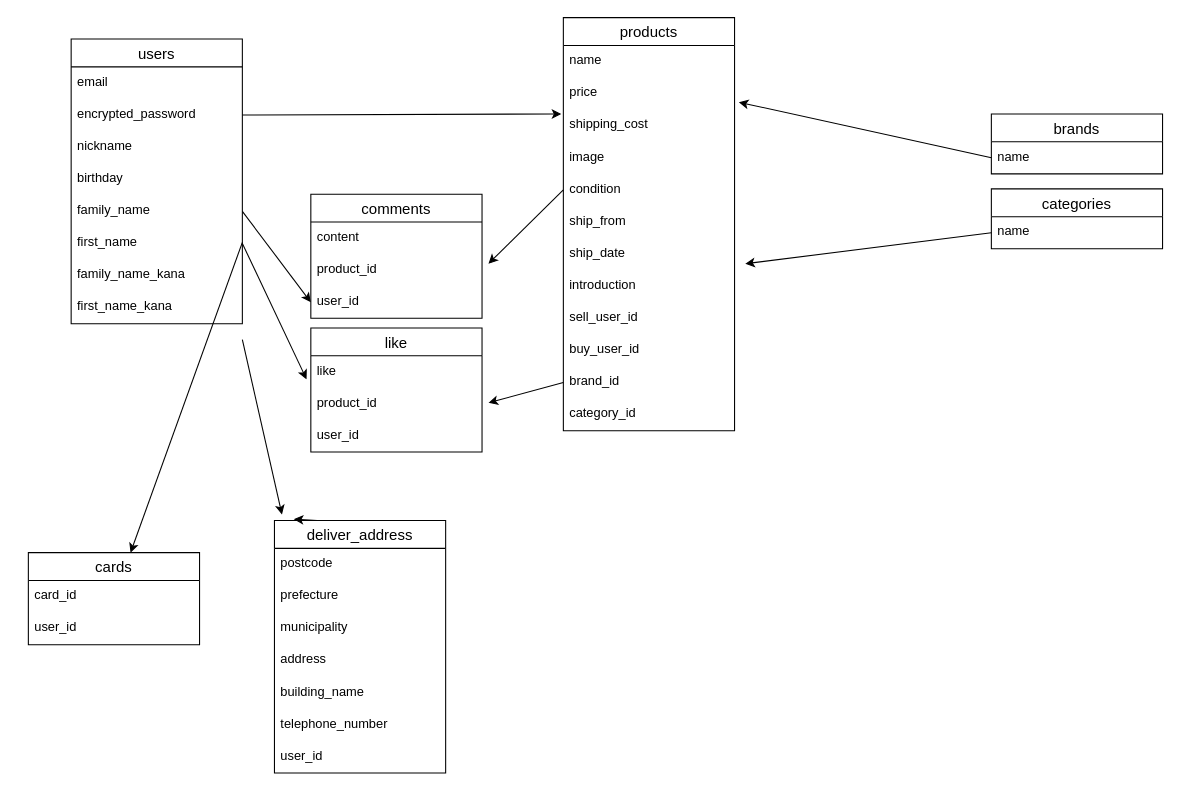
ayukoxxx/furima-38821 keeps this draw.io diagram as db.dio. Above is the earlier version. Source tidied: cells renumbered, new cells numbered last; positions are measured from the earlier drawing's top-left corner, leaving out a move shared by most shapes. Both pictures are drawn from the tidied source at 107%, with x=0, y=0 at pixel (28, 17).
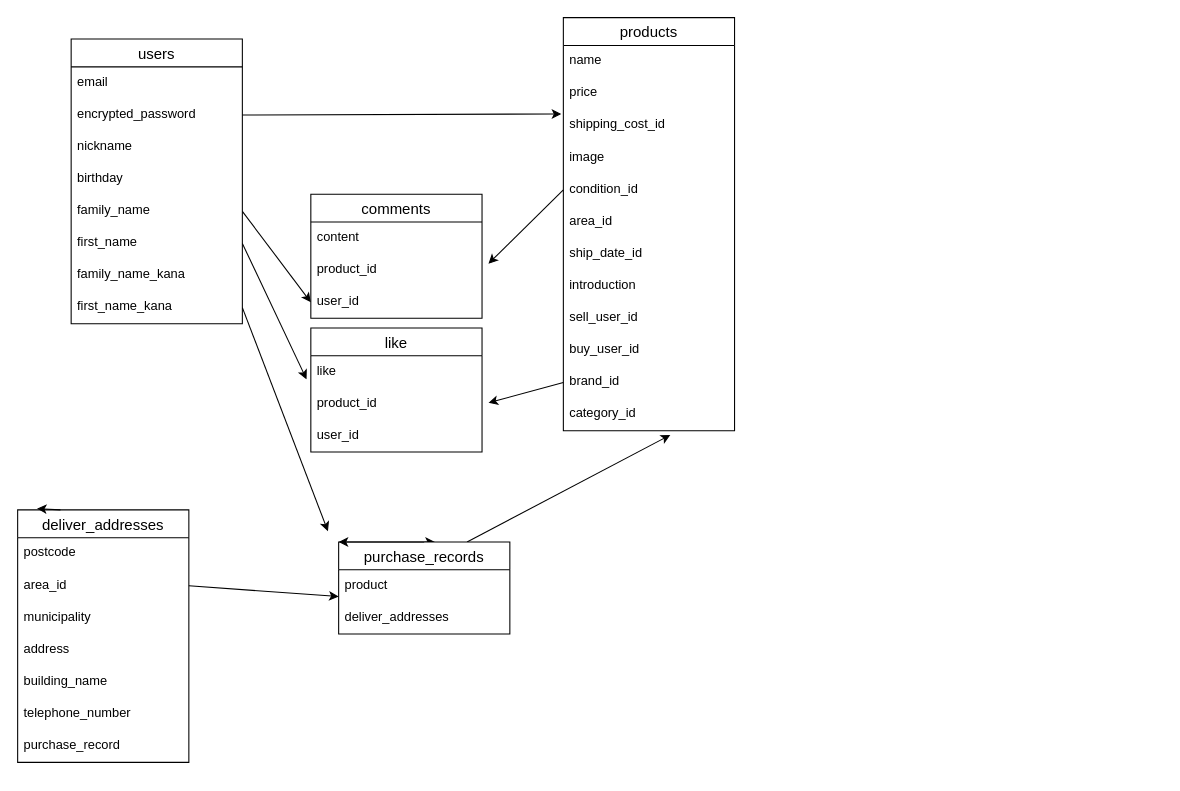
The same page after the edit.

The change refers to these unchanged cells:
```xml
<mxCell id="14" value="first_name_kana" style="text;strokeColor=none;fillColor=none;spacingLeft=4;spacingRight=4;overflow=hidden;points=[[0,0.5],[1,0.5]];portConstraint=eastwest;fontSize=12;" parent="6" vertex="1">
  <mxGeometry y="236" width="160" height="30" as="geometry" />
</mxCell>
<mxCell id="15" value="products" style="swimlane;fontStyle=0;horizontal=1;startSize=26;align=center;fontSize=14;" parent="1" vertex="1">
  <mxGeometry x="500" width="160" height="386" as="geometry" />
</mxCell>
<mxCell id="17" value="price" style="text;strokeColor=none;fillColor=none;spacingLeft=4;spacingRight=4;overflow=hidden;points=[[0,0.5],[1,0.5]];portConstraint=eastwest;fontSize=12;" parent="15" vertex="1">
  <mxGeometry y="56" width="160" height="30" as="geometry" />
</mxCell>
```

Diff of the diagram source:
```diff
@@
-    <mxCell id="18" value="shipping_cost" style="text;strokeColor=none;fillColor=none;spacingLeft=4;spacingRight=4;overflow=hidden;points=[[0,0.5],[1,0.5]];portConstraint=eastwest;fontSize=12;" parent="15" vertex="1">
+    <mxCell id="18" value="shipping_cost_id" style="text;strokeColor=none;fillColor=none;spacingLeft=4;spacingRight=4;overflow=hidden;points=[[0,0.5],[1,0.5]];portConstraint=eastwest;fontSize=12;" parent="15" vertex="1">
       <mxGeometry y="86" width="160" height="30" as="geometry" />
     </mxCell>
@@
-    <mxCell id="20" value="condition" style="text;strokeColor=none;fillColor=none;spacingLeft=4;spacingRight=4;overflow=hidden;fontSize=12;" parent="15" vertex="1">
+    <mxCell id="20" value="condition_id" style="text;strokeColor=none;fillColor=none;spacingLeft=4;spacingRight=4;overflow=hidden;fontSize=12;" parent="15" vertex="1">
       <mxGeometry y="146" width="160" height="30" as="geometry" />
     </mxCell>
-    <mxCell id="21" value="ship_from" style="text;strokeColor=none;fillColor=none;spacingLeft=4;spacingRight=4;overflow=hidden;fontSize=12;" parent="15" vertex="1">
+    <mxCell id="21" value="area_id" style="text;strokeColor=none;fillColor=none;spacingLeft=4;spacingRight=4;overflow=hidden;fontSize=12;" parent="15" vertex="1">
       <mxGeometry y="176" width="160" height="30" as="geometry" />
     </mxCell>
-    <mxCell id="22" value="ship_date" style="text;strokeColor=none;fillColor=none;spacingLeft=4;spacingRight=4;overflow=hidden;fontSize=12;" parent="15" vertex="1">
+    <mxCell id="22" value="ship_date_id" style="text;strokeColor=none;fillColor=none;spacingLeft=4;spacingRight=4;overflow=hidden;fontSize=12;" parent="15" vertex="1">
       <mxGeometry y="206" width="160" height="30" as="geometry" />
     </mxCell>
@@
-    <mxCell id="32" value="brands" style="swimlane;fontStyle=0;horizontal=1;startSize=26;align=center;fontSize=14;" parent="1" vertex="1">
-      <mxGeometry x="900" y="90" width="160" height="56" as="geometry" />
-    </mxCell>
-    <mxCell id="33" value="name" style="text;strokeColor=none;fillColor=none;spacingLeft=4;spacingRight=4;overflow=hidden;points=[[0,0.5],[1,0.5]];portConstraint=eastwest;fontSize=12;" parent="32" vertex="1">
-      <mxGeometry y="26" width="160" height="30" as="geometry" />
-    </mxCell>
@@
-    <mxCell id="38" value="categories" style="swimlane;fontStyle=0;horizontal=1;startSize=26;align=center;fontSize=14;" parent="1" vertex="1">
-      <mxGeometry x="900" y="160" width="160" height="56" as="geometry" />
-    </mxCell>
-    <mxCell id="39" value="name" style="text;strokeColor=none;fillColor=none;spacingLeft=4;spacingRight=4;overflow=hidden;points=[[0,0.5],[1,0.5]];portConstraint=eastwest;fontSize=12;" parent="38" vertex="1">
-      <mxGeometry y="26" width="160" height="30" as="geometry" />
-    </mxCell>
-    <mxCell id="40" value="deliver_address" style="swimlane;fontStyle=0;horizontal=1;startSize=26;align=center;fontSize=14;" parent="1" vertex="1">
-      <mxGeometry x="230" y="470" width="160" height="236" as="geometry" />
+    <mxCell id="40" value="deliver_addresses" style="swimlane;fontStyle=0;horizontal=1;startSize=26;align=center;fontSize=14;" parent="1" vertex="1">
+      <mxGeometry x="-10" y="460" width="160" height="236" as="geometry" />
     </mxCell>
@@
-    <mxCell id="42" value="prefecture" style="text;strokeColor=none;fillColor=none;spacingLeft=4;spacingRight=4;overflow=hidden;points=[[0,0.5],[1,0.5]];portConstraint=eastwest;fontSize=12;" parent="40" vertex="1">
+    <mxCell id="42" value="area_id" style="text;strokeColor=none;fillColor=none;spacingLeft=4;spacingRight=4;overflow=hidden;points=[[0,0.5],[1,0.5]];portConstraint=eastwest;fontSize=12;" parent="40" vertex="1">
       <mxGeometry y="56" width="160" height="30" as="geometry" />
     </mxCell>
@@
-    <mxCell id="47" value="user_id" style="text;strokeColor=none;fillColor=none;spacingLeft=4;spacingRight=4;overflow=hidden;fontSize=12;" parent="40" vertex="1">
+    <mxCell id="47" value="purchase_record" style="text;strokeColor=none;fillColor=none;spacingLeft=4;spacingRight=4;overflow=hidden;fontSize=12;" parent="40" vertex="1">
       <mxGeometry y="206" width="160" height="30" as="geometry" />
     </mxCell>
-    <mxCell id="48" value="cards" style="swimlane;fontStyle=0;horizontal=1;startSize=26;align=center;fontSize=14;" parent="1" vertex="1">
-      <mxGeometry y="500" width="160" height="86" as="geometry" />
-    </mxCell>
-    <mxCell id="49" value="card_id" style="text;strokeColor=none;fillColor=none;spacingLeft=4;spacingRight=4;overflow=hidden;fontSize=12;" parent="48" vertex="1">
-      <mxGeometry y="26" width="160" height="30" as="geometry" />
-    </mxCell>
-    <mxCell id="50" value="user_id" style="text;strokeColor=none;fillColor=none;spacingLeft=4;spacingRight=4;overflow=hidden;fontSize=12;" parent="48" vertex="1">
-      <mxGeometry y="56" width="160" height="30" as="geometry" />
-    </mxCell>
@@
-    <mxCell id="57" style="edgeStyle=none;html=1;" parent="1" edge="1" target="48">
-      <mxGeometry relative="1" as="geometry">
-        <mxPoint x="200" y="210" as="sourcePoint" />
-      </mxGeometry>
-    </mxCell>
+    <mxCell id="61" style="edgeStyle=none;html=1;exitX=0.75;exitY=0;exitDx=0;exitDy=0;" parent="1" edge="1" source="63">
+      <mxGeometry relative="1" as="geometry">
+        <mxPoint x="600" y="390" as="targetPoint" />
+      </mxGeometry>
+    </mxCell>
+    <mxCell id="62" style="edgeStyle=none;html=1;exitX=0.5;exitY=0;exitDx=0;exitDy=0;" parent="1" edge="1" source="63">
+      <mxGeometry relative="1" as="geometry">
+        <mxPoint x="380" y="490" as="targetPoint" />
+      </mxGeometry>
+    </mxCell>
+    <mxCell id="63" value="purchase_records" style="swimlane;fontStyle=0;horizontal=1;startSize=26;align=center;fontSize=14;" parent="1" vertex="1">
+      <mxGeometry x="290" y="490" width="160" height="86" as="geometry" />
+    </mxCell>
+    <mxCell id="64" value="product" style="text;strokeColor=none;fillColor=none;spacingLeft=4;spacingRight=4;overflow=hidden;fontSize=12;" parent="63" vertex="1">
+      <mxGeometry y="26" width="160" height="30" as="geometry" />
+    </mxCell>
+    <mxCell id="65" value="deliver_addresses" style="text;strokeColor=none;fillColor=none;spacingLeft=4;spacingRight=4;overflow=hidden;fontSize=12;" parent="63" vertex="1">
+      <mxGeometry y="56" width="160" height="30" as="geometry" />
+    </mxCell>
-    <mxCell id="58" style="edgeStyle=none;html=1;exitX=1;exitY=0.5;exitDx=0;exitDy=0;entryX=0.044;entryY=-0.024;entryDx=0;entryDy=0;entryPerimeter=0;" parent="1" edge="1" target="40">
+    <mxCell id="58" style="edgeStyle=none;html=1;exitX=1;exitY=0.5;exitDx=0;exitDy=0;" parent="1" edge="1" source="42">
       <mxGeometry relative="1" as="geometry">
-        <mxPoint x="200" y="301" as="sourcePoint" />
+        <mxPoint x="290" y="541" as="targetPoint" />
       </mxGeometry>
     </mxCell>
-    <mxCell id="59" style="edgeStyle=none;html=1;exitX=0;exitY=0.5;exitDx=0;exitDy=0;entryX=1.025;entryY=0.767;entryDx=0;entryDy=0;entryPerimeter=0;" parent="1" edge="1" source="33" target="17">
-      <mxGeometry relative="1" as="geometry" />
-    </mxCell>
-    <mxCell id="60" style="edgeStyle=none;html=1;exitX=0;exitY=0.5;exitDx=0;exitDy=0;" parent="1" edge="1" source="39">
-      <mxGeometry relative="1" as="geometry">
-        <mxPoint x="670" y="230" as="targetPoint" />
-      </mxGeometry>
-    </mxCell>
+    <mxCell id="66" style="edgeStyle=none;html=1;exitX=0.5;exitY=0;exitDx=0;exitDy=0;entryX=0;entryY=0;entryDx=0;entryDy=0;" parent="1" edge="1" source="63" target="63">
+      <mxGeometry relative="1" as="geometry" />
+    </mxCell>
+    <mxCell id="67" style="edgeStyle=none;html=1;exitX=1;exitY=0.5;exitDx=0;exitDy=0;" parent="1" edge="1" source="14">
+      <mxGeometry relative="1" as="geometry">
+        <mxPoint x="280" y="480" as="targetPoint" />
+      </mxGeometry>
+    </mxCell>
```
